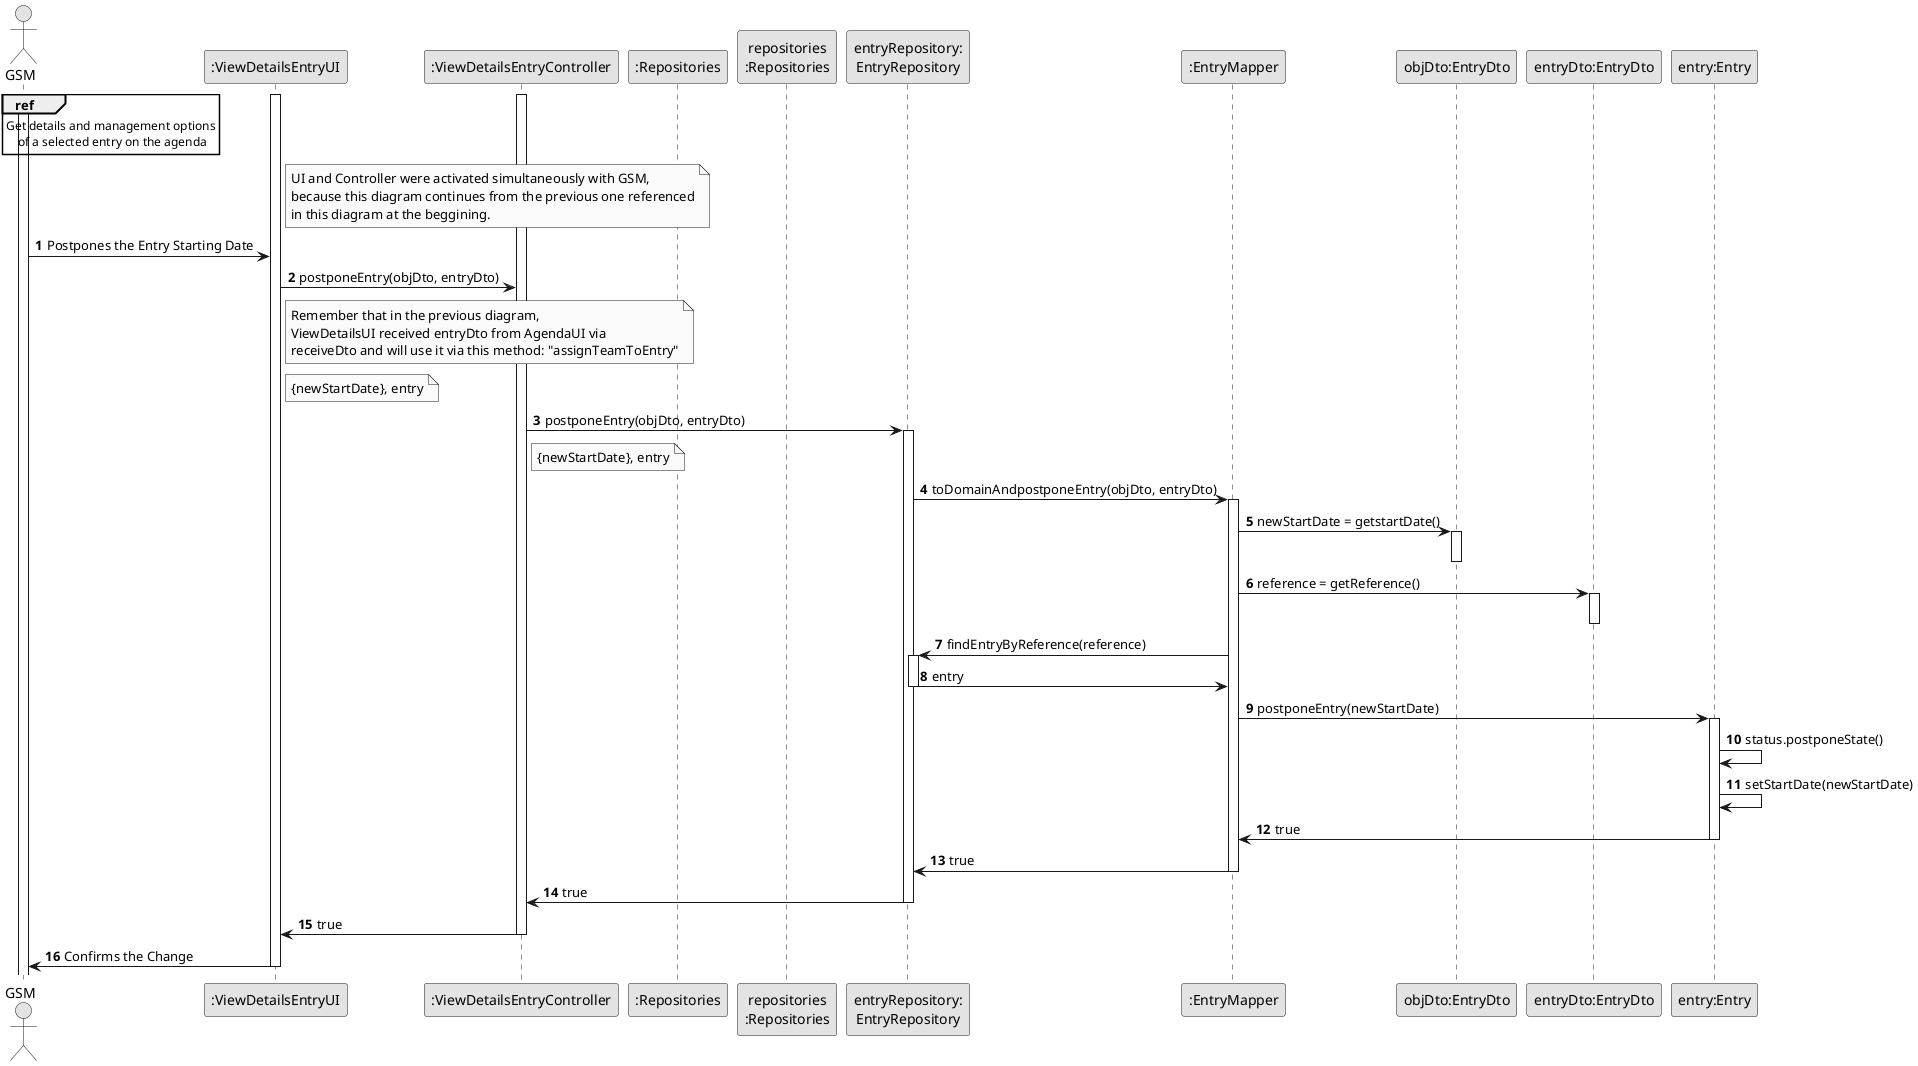
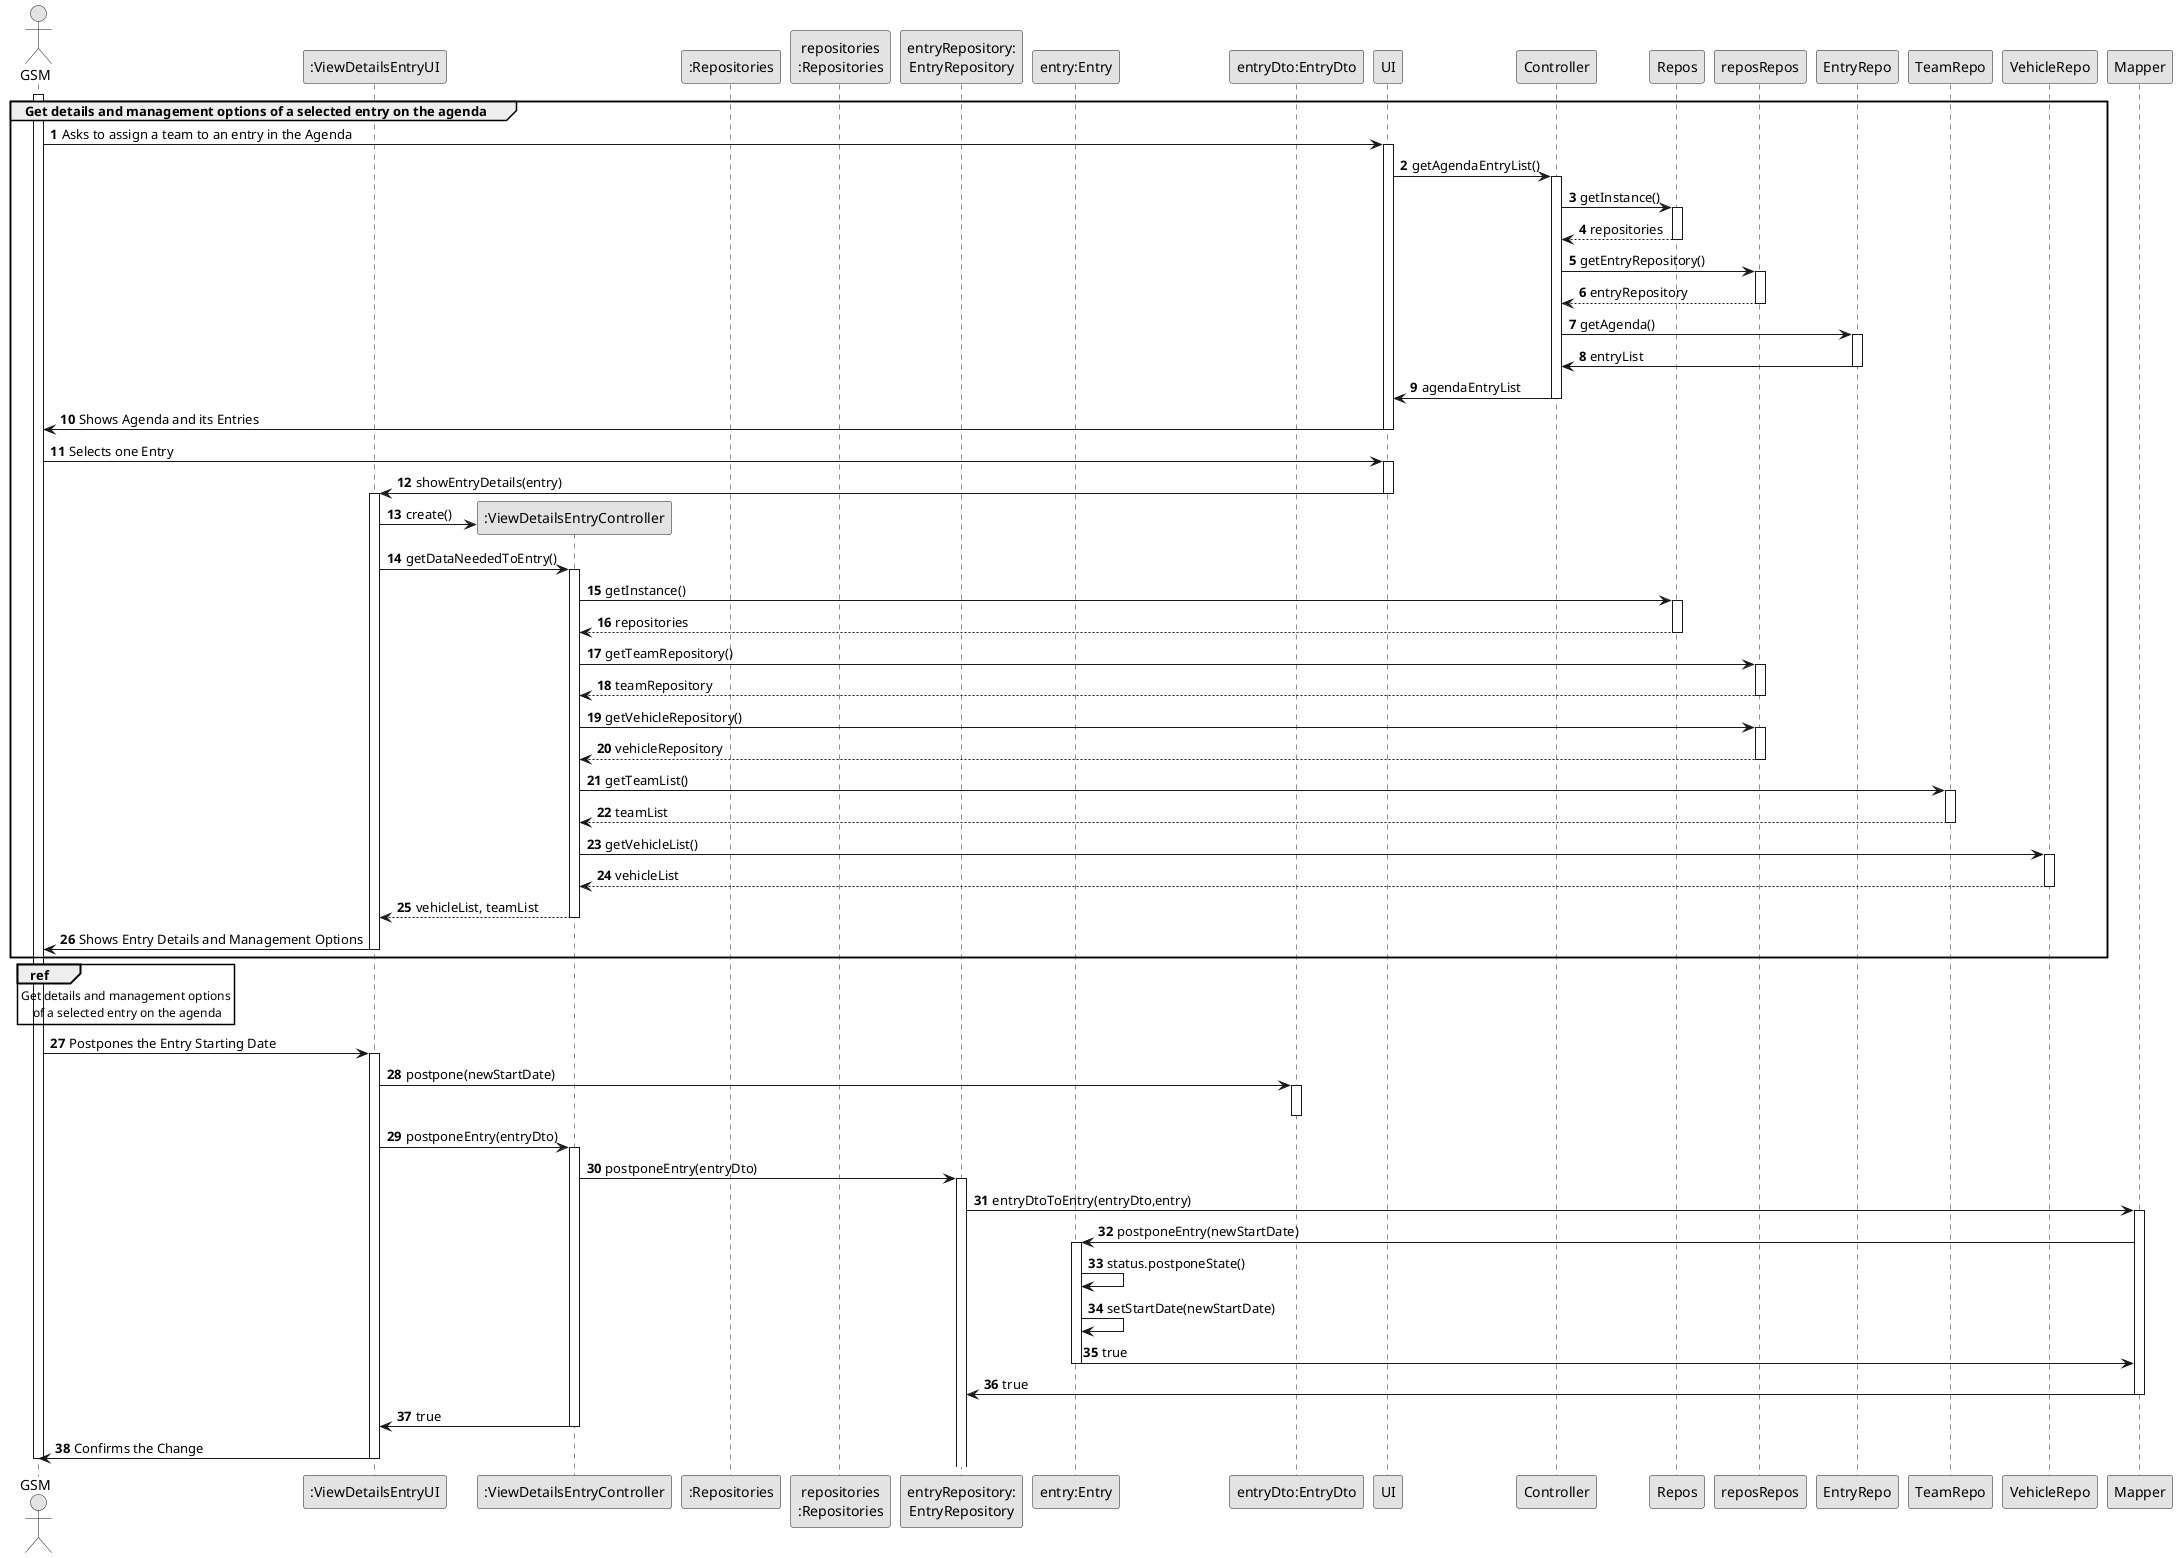
@startuml
skinparam monochrome true
skinparam packageStyle rectangle
skinparam shadowing false

autonumber

actor "GSM" as GSM

participant ":ViewDetailsEntryUI" as UI2
participant ":ViewDetailsEntryController" as CTRL2
participant ":Repositories" as RepositorySingleton
participant "repositories\n:Repositories" as PLAT
- participant "entryRepository:\nEntryRepository" as EntryRepo
- 
- participant ":EntryMapper" as EntryMapper
- participant "objDto:EntryDto" as ObjDto
- participant "entryDto:EntryDto" as EntryDto
+ participant "entryRepository:\nEntryRepository" as EntryRepository
participant "entry:Entry" as OBJ
+ participant "entryDto:EntryDto" as DTO

activate GSM
- activate UI2
- activate CTRL2
+ 
+ group Get details and management options of a selected entry on the agenda
+ 
+     GSM -> UI: Asks to assign a team to an entry in the Agenda
+     activate UI
+ 
+ 
+     UI -> Controller: getAgendaEntryList()
+     activate Controller
+ 
+     Controller -> Repos: getInstance()
+     activate Repos
+ 
+     Repos --> Controller: repositories
+     deactivate Repos
+ 
+     Controller -> reposRepos: getEntryRepository()
+     activate reposRepos
+ 
+     reposRepos --> Controller: entryRepository
+     deactivate reposRepos
+ 
+     Controller -> EntryRepo: getAgenda()
+     activate EntryRepo
+ 
+     EntryRepo -> Controller: entryList
+     deactivate EntryRepo
+ 
+     Controller -> UI: agendaEntryList
+     deactivate Controller
+ 
+     UI -> GSM: Shows Agenda and its Entries
+     deactivate UI
+ 
+ 
+     GSM -> UI: Selects one Entry
+     activate UI
+ 
+     UI -> UI2: showEntryDetails(entry)
+     deactivate UI
+     activate UI2
+ 
+ 
+     UI2 -> CTRL2**: create()
+ 
+     UI2 -> CTRL2: getDataNeededToEntry()
+     activate CTRL2
+ 
+ 
+     CTRL2 -> Repos: getInstance()
+     activate Repos
+ 
+     Repos --> CTRL2: repositories
+     deactivate Repos
+ 
+     CTRL2 -> reposRepos: getTeamRepository()
+     activate reposRepos
+ 
+     reposRepos --> CTRL2: teamRepository
+     deactivate reposRepos
+ 
+     CTRL2 -> reposRepos: getVehicleRepository()
+     activate reposRepos
+ 
+     reposRepos --> CTRL2: vehicleRepository
+     deactivate reposRepos
+ 
+     CTRL2 -> TeamRepo: getTeamList()
+     activate TeamRepo
+ 
+     TeamRepo --> CTRL2: teamList
+     deactivate TeamRepo
+ 
+ 
+     CTRL2 -> VehicleRepo: getVehicleList()
+     activate VehicleRepo
+ 
+     VehicleRepo --> CTRL2: vehicleList
+     deactivate VehicleRepo
+ 
+     CTRL2 --> UI2: vehicleList, teamList
+     deactivate CTRL2
+ 
+     UI2 -> GSM: Shows Entry Details and Management Options
+     deactivate UI2
+ end
+ 
+ 
+ 
+ 
+ 
+ 

ref over GSM : Get details and management options\n of a selected entry on the agenda

- note right of UI2
-     UI and Controller were activated simultaneously with GSM,
-     because this diagram continues from the previous one referenced
-     in this diagram at the beggining.
- end note
+ GSM-> UI2: Postpones the Entry Starting Date
+ activate UI2

- GSM-> UI2: Postpones the Entry Starting Date
+ UI2 -> DTO : postpone(newStartDate)
+ activate DTO

- UI2 -> CTRL2: postponeEntry(objDto, entryDto)
+ deactivate DTO

- note right of UI2
-    Remember that in the previous diagram,
-    ViewDetailsUI received entryDto from AgendaUI via
-    receiveDto and will use it via this method: "assignTeamToEntry"
- end note
- note right of UI2
-     {newStartDate}, entry
- end note
+ UI2 -> CTRL2: postponeEntry(entryDto)
+ activate CTRL2

+ CTRL2 -> EntryRepository : postponeEntry(entryDto)
+ activate EntryRepository

- CTRL2 -> EntryRepo : postponeEntry(objDto, entryDto)
- note right of CTRL2
-     {newStartDate}, entry
- end note
- activate EntryRepo
+ EntryRepository -> Mapper : entryDtoToEntry(entryDto,entry)
+ activate Mapper

- EntryRepo -> EntryMapper : toDomainAndpostponeEntry(objDto, entryDto)
- 
- activate EntryMapper
- 
- EntryMapper -> ObjDto : newStartDate = getstartDate()
- activate ObjDto
- deactivate ObjDto
- 
- EntryMapper -> EntryDto : reference = getReference()
- activate EntryDto
- deactivate EntryDto
- 
- EntryMapper -> EntryRepo : findEntryByReference(reference)
- activate EntryRepo
- 
- EntryRepo -> EntryMapper : entry
- deactivate EntryRepo
- 
- EntryMapper -> OBJ: postponeEntry(newStartDate)
+ Mapper -> OBJ: postponeEntry(newStartDate)
activate OBJ

OBJ -> OBJ: status.postponeState()
OBJ -> OBJ: setStartDate(newStartDate)

- OBJ -> EntryMapper: true
+ OBJ -> Mapper: true
+ 
+ 
deactivate OBJ

- 
- EntryMapper -> EntryRepo: true
- deactivate EntryMapper
- 
- EntryRepo -> CTRL2: true
- deactivate EntryRepo
+ Mapper -> EntryRepository : true
+ deactivate Mapper

CTRL2 -> UI2: true
deactivate CTRL2


UI2 -> GSM: Confirms the Change
deactivate UI2
+ deactivate GSM

@enduml
+ 
+ 
